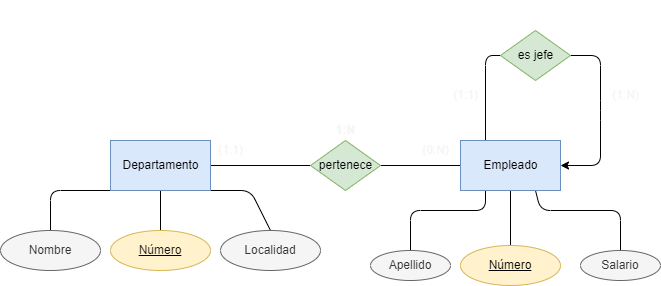
Earlier version of the draw.io export tareas/tarea-1/images/ejercicio6.drawio.png (aguemarrero/base-datos). Source tidied: cells renumbered, new cells last; positions are measured from the earlier drawing's top-left corner, leaving out a move shared by most shapes.
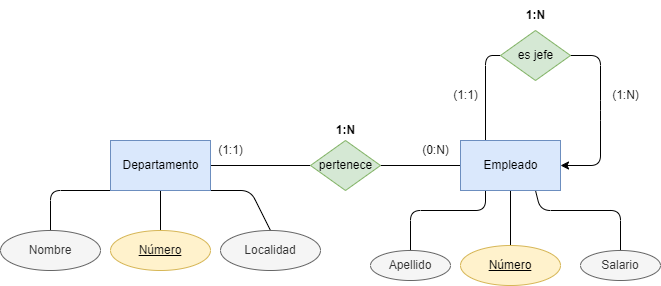
The same file after the commit.

The edit, as a diff of the source:
```diff
@@ -91,22 +91,22 @@
     <mxCell id="21" value="&lt;font color=&quot;#000000&quot;&gt;es jefe&lt;/font&gt;" style="shape=rhombus;html=1;dashed=0;whitespace=wrap;perimeter=rhombusPerimeter;fillColor=#d5e8d4;strokeColor=#82b366;" parent="1" vertex="1">
       <mxGeometry x="500" y="30" width="70" height="50" as="geometry" />
     </mxCell>
-    <mxCell id="22" value="(1:1)" style="text;html=1;align=center;verticalAlign=middle;strokeColor=none;fillColor=none;fontColor=#f5f5f5;" parent="1" vertex="1">
+    <mxCell id="22" value="&lt;font color=&quot;#000000&quot;&gt;(1:1)&lt;/font&gt;" style="text;html=1;align=center;verticalAlign=middle;strokeColor=none;fillColor=none;fontColor=#f5f5f5;" parent="1" vertex="1">
       <mxGeometry x="205" y="135" width="50" height="30" as="geometry" />
     </mxCell>
-    <mxCell id="23" value="&lt;b&gt;1:N&lt;/b&gt;" style="text;html=1;align=center;verticalAlign=middle;strokeColor=none;fillColor=none;fontColor=#f5f5f5;" parent="1" vertex="1">
+    <mxCell id="23" value="&lt;b&gt;&lt;font color=&quot;#000000&quot;&gt;1:N&lt;/font&gt;&lt;/b&gt;" style="text;html=1;align=center;verticalAlign=middle;strokeColor=none;fillColor=none;fontColor=#f5f5f5;" parent="1" vertex="1">
       <mxGeometry x="325" y="115" width="40" height="30" as="geometry" />
     </mxCell>
-    <mxCell id="24" value="(0:N)" style="text;html=1;align=center;verticalAlign=middle;strokeColor=none;fillColor=none;fontColor=#f5f5f5;" parent="1" vertex="1">
+    <mxCell id="24" value="&lt;font color=&quot;#000000&quot;&gt;(0:N)&lt;/font&gt;" style="text;html=1;align=center;verticalAlign=middle;strokeColor=none;fillColor=none;fontColor=#f5f5f5;" parent="1" vertex="1">
       <mxGeometry x="410" y="135" width="50" height="30" as="geometry" />
     </mxCell>
-    <mxCell id="25" value="(1:1)" style="text;html=1;align=center;verticalAlign=middle;strokeColor=none;fillColor=none;fontColor=#f5f5f5;" parent="1" vertex="1">
+    <mxCell id="25" value="&lt;font color=&quot;#000000&quot;&gt;(1:1)&lt;/font&gt;" style="text;html=1;align=center;verticalAlign=middle;strokeColor=none;fillColor=none;fontColor=#f5f5f5;" parent="1" vertex="1">
       <mxGeometry x="440" y="80" width="50" height="30" as="geometry" />
     </mxCell>
-    <mxCell id="26" value="(1:N)" style="text;html=1;align=center;verticalAlign=middle;strokeColor=none;fillColor=none;fontColor=#f5f5f5;" parent="1" vertex="1">
+    <mxCell id="26" value="&lt;font color=&quot;#000000&quot;&gt;(1:N)&lt;/font&gt;" style="text;html=1;align=center;verticalAlign=middle;strokeColor=none;fillColor=none;fontColor=#f5f5f5;" parent="1" vertex="1">
       <mxGeometry x="600" y="80" width="50" height="30" as="geometry" />
     </mxCell>
-    <mxCell id="27" value="&lt;font color=&quot;#ffffff&quot;&gt;&lt;b&gt;1:N&lt;/b&gt;&lt;/font&gt;" style="text;html=1;align=center;verticalAlign=middle;strokeColor=none;fillColor=none;fontColor=#121212;" parent="1" vertex="1">
+    <mxCell id="27" value="&lt;b style=&quot;&quot;&gt;&lt;font color=&quot;#000000&quot;&gt;1:N&lt;/font&gt;&lt;/b&gt;" style="text;html=1;align=center;verticalAlign=middle;strokeColor=none;fillColor=none;fontColor=#121212;" parent="1" vertex="1">
       <mxGeometry x="515" width="40" height="30" as="geometry" />
     </mxCell>
   </root>
```
